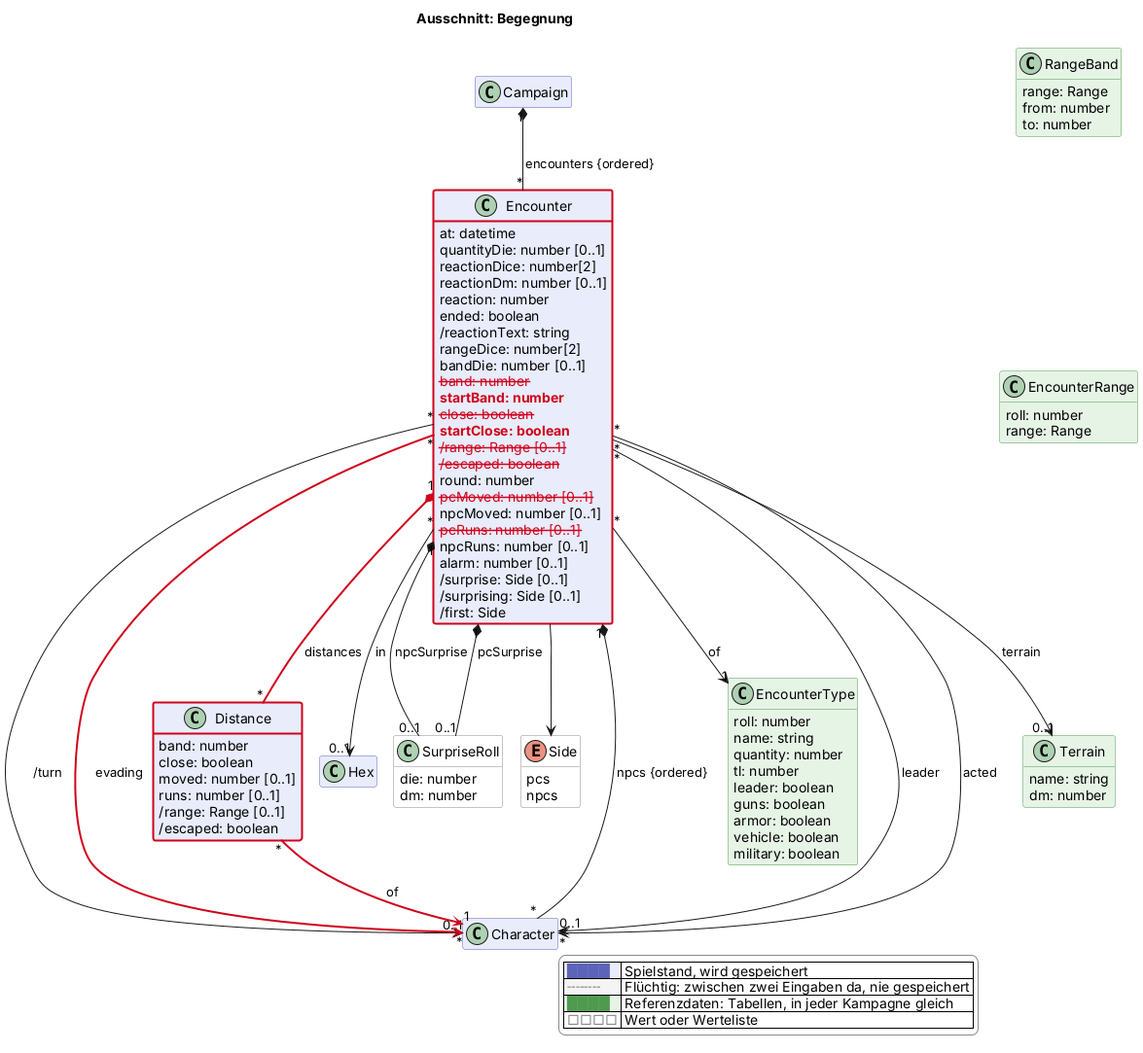
Before: docs/views/begegnung.png, a diagram exported from PlantUML (scuzzar/SRE).
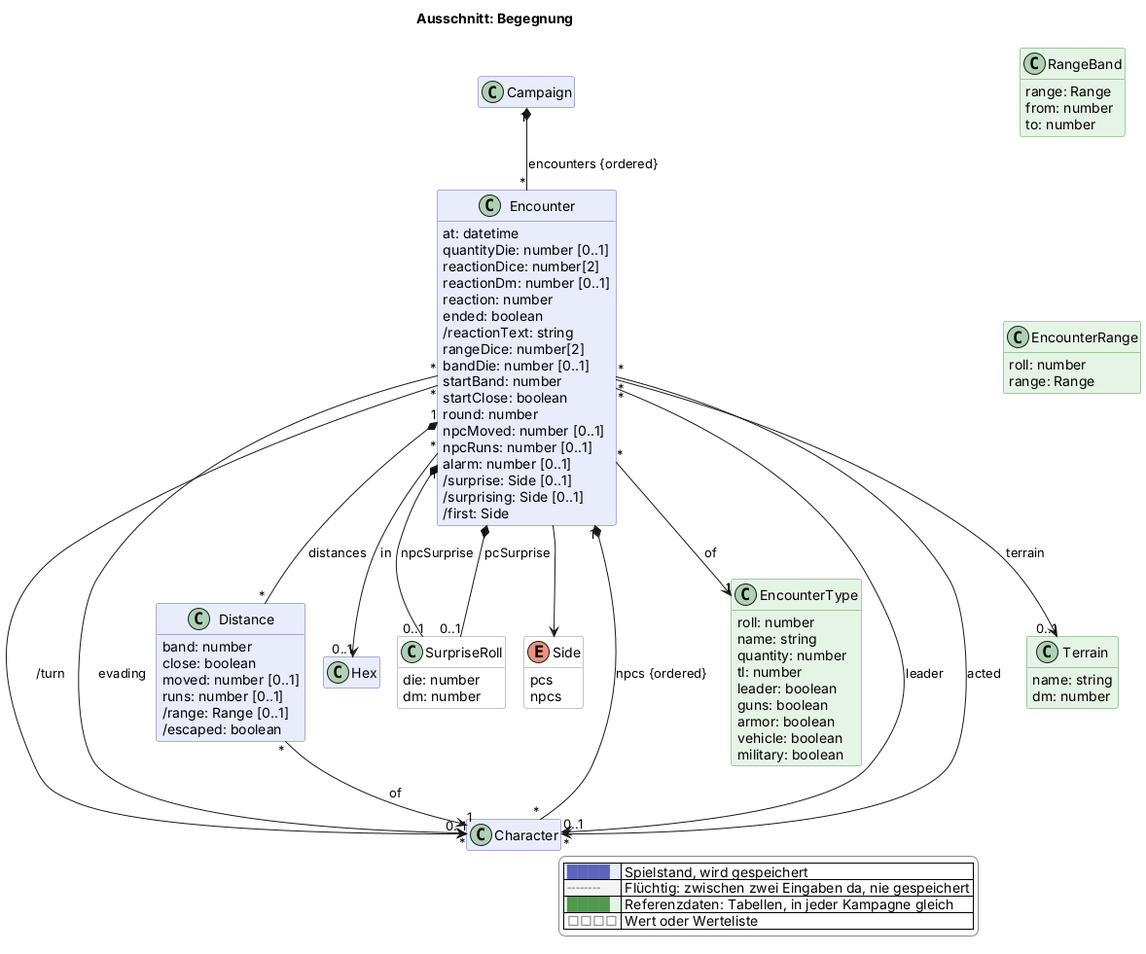
Above is the later version.

Change to the diagram source:
```diff
@@ -83,23 +83,17 @@
     /reactionText: string
     rangeDice: number[2]
     bandDie: number [0..1]
-    $gone("2026-11-08d", "band: number")
-    $new("2026-11-08d", "startBand: number")
-    $gone("2026-11-08d", "close: boolean")
-    $new("2026-11-08d", "startClose: boolean")
-    $gone("2026-11-08d", "/range: Range [0..1]")
-    $gone("2026-11-08d", "/escaped: boolean")
+    startBand: number
+    startClose: boolean
     round: number
-    $gone("2026-11-08d", "pcMoved: number [0..1]")
     npcMoved: number [0..1]
-    $gone("2026-11-08d", "pcRuns: number [0..1]")
     npcRuns: number [0..1]
     alarm: number [0..1]
     /surprise: Side [0..1]
     /surprising: Side [0..1]
     /first: Side
   }
-  class Distance $begegnung $newClass("2026-11-08d") {
+  class Distance $begegnung {
     band: number
     close: boolean
     moved: number [0..1]
@@ -163,9 +157,9 @@
 Encounter "*" --> "0..1" Character : leader
 Encounter "*" --> "*" Character : acted
 Encounter "*" --> "0..1" Character : /turn
-Encounter "1" *-$newArrow("2026-11-08d")- "*" Distance : distances
-Distance "*" -$newArrow("2026-11-08d")-> "1" Character : of
-Encounter "*" -$newArrow("2026-11-08d")-> "*" Character : evading
+Encounter "1" *-- "*" Distance : distances
+Distance "*" --> "1" Character : of
+Encounter "*" --> "*" Character : evading
 
 
 
@@ -175,5 +169,4 @@
   |<#e6f4e6> <color:#4f9a4f>████</color> | Referenzdaten: Tabellen, in jeder Kampagne gleich |
   |<#ffffff> <color:#8a8a8a>□□□□</color> | Wert oder Werteliste |
 endlegend
-class Encounter #line:d0021b;line.bold
 @enduml
```
